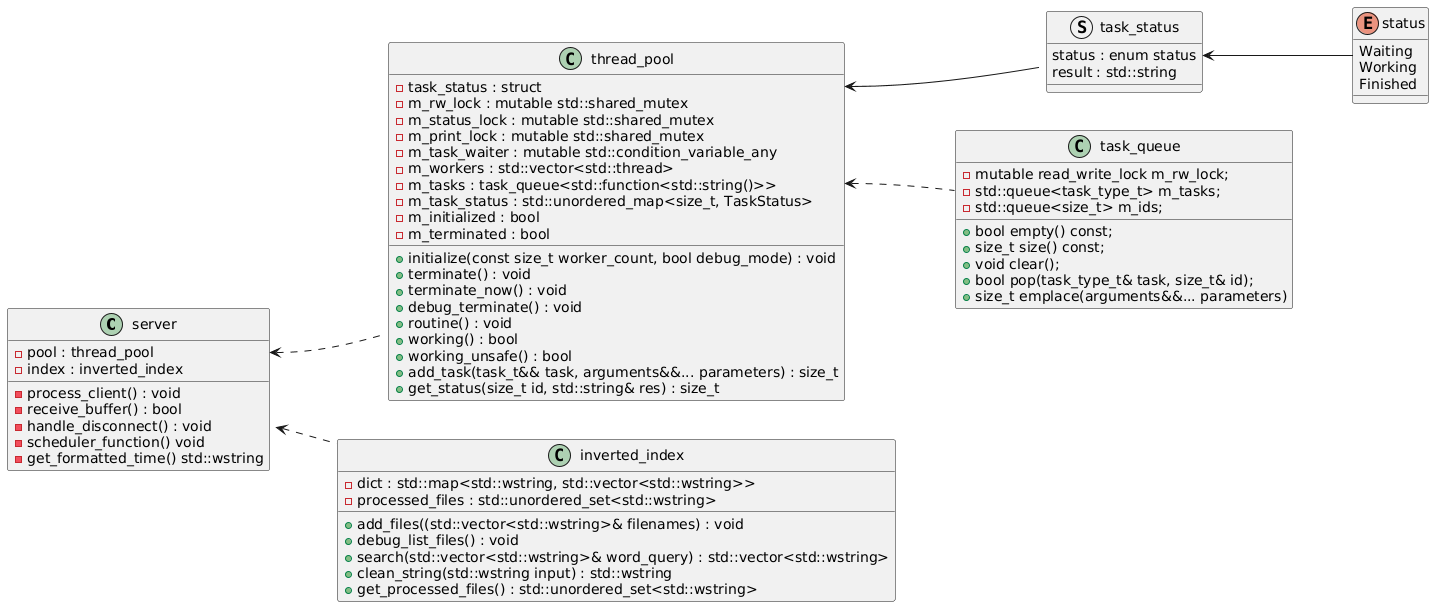
This is UML/class.png from MarcyMuffins/kpi-parproc-coursework, a PlantUML export, as it was before one commit.
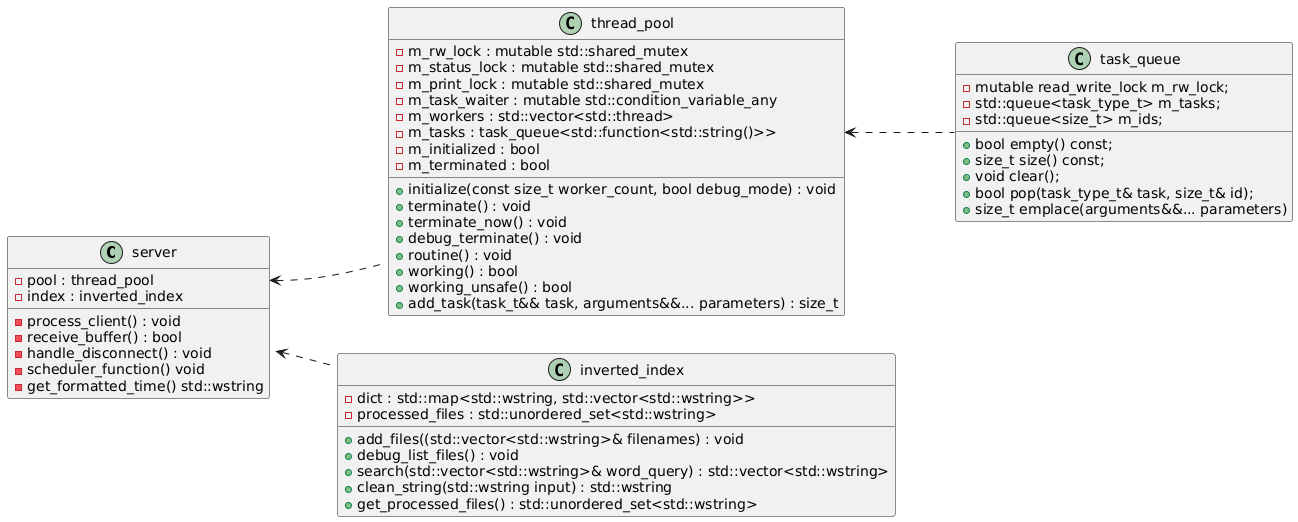
The same file after the commit.

Commit message:
Hopefully final updates to all applications, updated class diagram to better represent the current state of the program, added an Excel file with testing data.

Diff of the diagram source:
```diff
@@ -11,14 +11,12 @@
 }
 
 class thread_pool{
-     {field} -task_status : struct
      {field} -m_rw_lock : mutable std::shared_mutex
      {field} -m_status_lock : mutable std::shared_mutex
      {field} -m_print_lock : mutable std::shared_mutex
      {field} -m_task_waiter : mutable std::condition_variable_any
      {field} -m_workers : std::vector<std::thread>
      {field} -m_tasks : task_queue<std::function<std::string()>>
-     {field} -m_task_status : std::unordered_map<size_t, TaskStatus>
      {field} -m_initialized : bool
      {field} -m_terminated : bool
 
@@ -30,18 +28,6 @@
      {method} +working() : bool
      {method} +working_unsafe() : bool
      {method} +add_task(task_t&& task, arguments&&... parameters) : size_t
-     {method} +get_status(size_t id, std::string& res) : size_t
-}
-
-struct task_status{
-     {field} status : enum status
-     {field} result : std::string
-}
-
-enum status{
-     Waiting
-     Working
-     Finished
 }
 
 class task_queue{
@@ -68,7 +54,7 @@
 
 server::pool <.. thread_pool
 thread_pool::m_tasks <.. task_queue
-thread_pool::task_status <-- task_status
-task_status::status <-- status
+
+
 server::file_index <.. inverted_index
 @enduml
```
